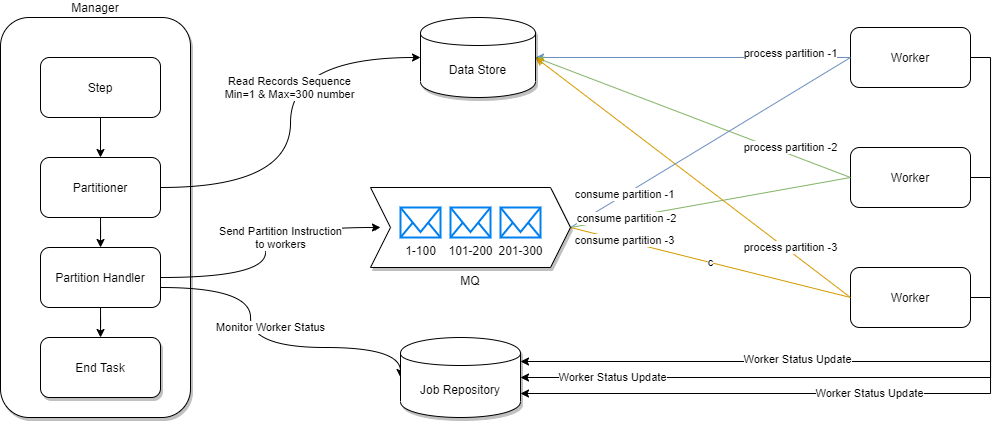
Above: spring-batch-parallel-processing.png in selva-dharmaraj/draw (draw.io), before the change. Source tidied: cells renumbered, new cells last; positions are measured from the earlier drawing's top-left corner, leaving out a move shared by most shapes.
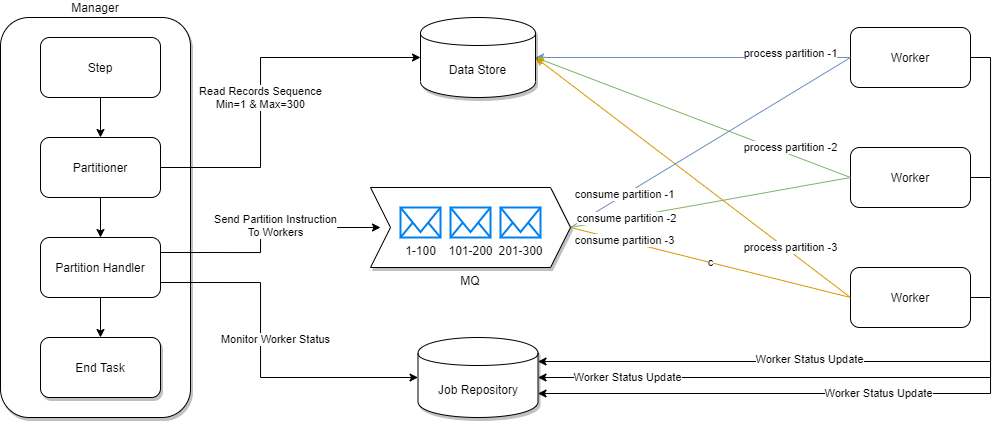
Later version of the same file.

The edit, as a diff of the source:
```diff
@@ -60,39 +60,48 @@
       <mxGeometry relative="1" as="geometry" />
     </mxCell>
     <mxCell id="19" value="Step" style="rounded=1;whiteSpace=wrap;html=1;labelBorderColor=none;" parent="1" vertex="1">
-      <mxGeometry x="40" y="40" width="120" height="60" as="geometry" />
+      <mxGeometry x="40" y="20" width="120" height="60" as="geometry" />
     </mxCell>
     <mxCell id="20" style="edgeStyle=orthogonalEdgeStyle;rounded=0;jettySize=auto;html=1;labelBorderColor=none;" parent="1" edge="1" source="23" target="29">
       <mxGeometry relative="1" as="geometry" />
     </mxCell>
-    <mxCell id="21" style="edgeStyle=orthogonalEdgeStyle;rounded=0;comic=0;jettySize=auto;html=1;entryX=0;entryY=0.5;entryDx=0;entryDy=0;curved=1;labelBorderColor=none;" parent="1" edge="1" source="23" target="38">
-      <mxGeometry relative="1" as="geometry" />
+    <mxCell id="21" style="edgeStyle=orthogonalEdgeStyle;rounded=0;comic=0;jettySize=auto;html=1;entryX=0;entryY=0.5;entryDx=0;entryDy=0;labelBorderColor=none;" parent="1" edge="1" source="23" target="38">
+      <mxGeometry relative="1" as="geometry">
+        <Array as="points">
+          <mxPoint x="260" y="150" />
+          <mxPoint x="260" y="40" />
+        </Array>
+      </mxGeometry>
     </mxCell>
-    <mxCell id="22" value="Read Records Sequence&lt;br&gt;Min=1 &amp;amp; Max=300 number" style="edgeLabel;html=1;align=center;verticalAlign=middle;labelBorderColor=none;" parent="21" vertex="1">
+    <mxCell id="22" value="Read Records Sequence&lt;br&gt;Min=1 &amp;amp; Max=300" style="edgeLabel;html=1;align=center;verticalAlign=middle;labelBorderColor=none;" parent="21" vertex="1">
       <mxGeometry x="0.49" relative="1" as="geometry">
-        <mxPoint x="-32" y="30" as="offset" />
+        <mxPoint x="-65.4" y="40" as="offset" />
       </mxGeometry>
     </mxCell>
     <mxCell id="23" value="Partitioner" style="rounded=1;whiteSpace=wrap;html=1;labelBorderColor=none;" parent="1" vertex="1">
-      <mxGeometry x="40" y="140" width="120" height="60" as="geometry" />
+      <mxGeometry x="40" y="120" width="120" height="60" as="geometry" />
     </mxCell>
-    <mxCell id="24" style="edgeStyle=orthogonalEdgeStyle;rounded=0;jettySize=auto;html=1;comic=1;curved=1;entryX=0.05;entryY=0.5;entryDx=0;entryDy=0;entryPerimeter=0;labelBorderColor=none;" parent="1" edge="1" source="29" target="39">
-      <mxGeometry relative="1" as="geometry" />
+    <mxCell id="24" style="edgeStyle=orthogonalEdgeStyle;rounded=0;jettySize=auto;html=1;comic=0;entryX=0.05;entryY=0.5;entryDx=0;entryDy=0;entryPerimeter=0;labelBorderColor=none;exitX=1;exitY=0.25;exitDx=0;exitDy=0;" parent="1" edge="1" source="29" target="39">
+      <mxGeometry relative="1" as="geometry">
+        <Array as="points">
+          <mxPoint x="260" y="235" />
+          <mxPoint x="260" y="210" />
+        </Array>
+      </mxGeometry>
     </mxCell>
-    <mxCell id="25" value="Send Partition Instruction&lt;br&gt;to workers" style="edgeLabel;html=1;align=center;verticalAlign=middle;labelBorderColor=none;" parent="24" vertex="1">
+    <mxCell id="25" value="Send Partition Instruction&lt;br&gt;To Workers" style="edgeLabel;html=1;align=center;verticalAlign=middle;labelBorderColor=none;" parent="24" vertex="1">
       <mxGeometry x="-0.17" y="-1" relative="1" as="geometry">
-        <mxPoint x="14" y="-33" as="offset" />
+        <mxPoint x="14" y="-26" as="offset" />
       </mxGeometry>
     </mxCell>
     <mxCell id="26" style="edgeStyle=orthogonalEdgeStyle;rounded=0;comic=0;jettySize=auto;html=1;labelBorderColor=none;" parent="1" edge="1" source="29" target="37">
       <mxGeometry relative="1" as="geometry" />
     </mxCell>
-    <mxCell id="27" style="edgeStyle=orthogonalEdgeStyle;rounded=0;comic=0;jettySize=auto;html=1;entryX=0;entryY=0.5;entryDx=0;entryDy=0;elbow=vertical;curved=1;labelBorderColor=none;" parent="1" edge="1" source="29" target="36">
+    <mxCell id="27" style="edgeStyle=orthogonalEdgeStyle;rounded=0;comic=0;jettySize=auto;html=1;entryX=0;entryY=0.5;entryDx=0;entryDy=0;elbow=vertical;labelBorderColor=none;exitX=1;exitY=0.75;exitDx=0;exitDy=0;" parent="1" edge="1" source="29" target="36">
       <mxGeometry relative="1" as="geometry">
         <Array as="points">
-          <mxPoint x="250" y="270" />
-          <mxPoint x="250" y="330" />
-          <mxPoint x="400" y="330" />
+          <mxPoint x="260" y="265" />
+          <mxPoint x="260" y="360" />
         </Array>
       </mxGeometry>
     </mxCell>
@@ -102,7 +111,7 @@
       </mxGeometry>
     </mxCell>
     <mxCell id="29" value="Partition Handler" style="rounded=1;whiteSpace=wrap;html=1;labelBorderColor=none;" parent="1" vertex="1">
-      <mxGeometry x="40" y="230" width="120" height="60" as="geometry" />
+      <mxGeometry x="40" y="220" width="120" height="60" as="geometry" />
     </mxCell>
     <mxCell id="30" style="rounded=0;comic=0;jettySize=auto;html=1;entryX=0;entryY=0.5;entryDx=0;entryDy=0;exitX=1;exitY=0.5;exitDx=0;exitDy=0;endArrow=none;endFill=0;startArrow=none;startFill=0;fillColor=#dae8fc;strokeColor=#6c8ebf;labelBorderColor=none;" parent="1" edge="1" source="39" target="7">
       <mxGeometry relative="1" as="geometry" />
@@ -125,7 +134,7 @@
       </mxGeometry>
     </mxCell>
     <mxCell id="36" value="Job Repository" style="shape=cylinder;whiteSpace=wrap;html=1;boundedLbl=1;backgroundOutline=1;shadow=1;labelBorderColor=none;" parent="1" vertex="1">
-      <mxGeometry x="400" y="320" width="120" height="80" as="geometry" />
+      <mxGeometry x="417.5" y="320" width="120" height="80" as="geometry" />
     </mxCell>
     <mxCell id="37" value="End Task" style="rounded=1;whiteSpace=wrap;html=1;shadow=1;labelBorderColor=none;" parent="1" vertex="1">
       <mxGeometry x="40" y="320" width="120" height="60" as="geometry" />
```
